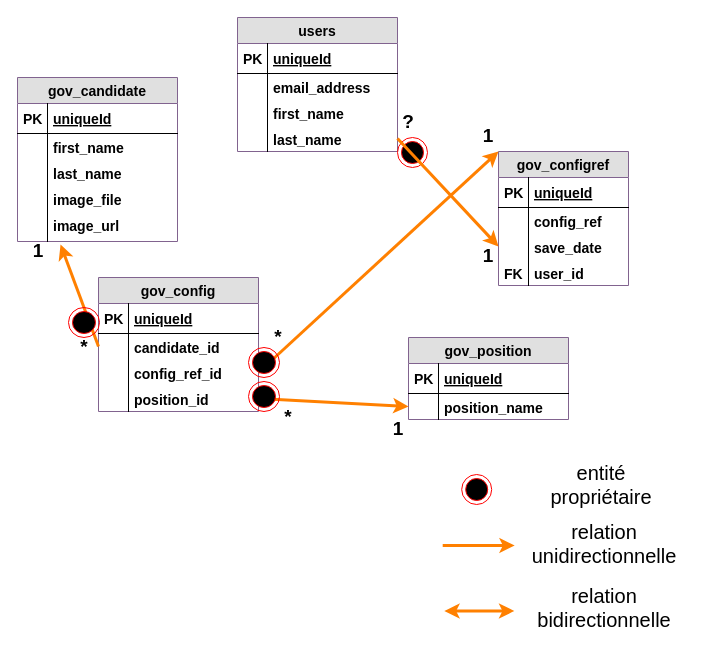
Above: docs/images/uml.drawio in primairepopulaire/unionGov (draw.io), before the change. Source tidied: cells renumbered, new cells numbered last; positions are measured from the earlier drawing's top-left corner, leaving out a move shared by most shapes. Both pictures are drawn from the tidied source at 100%, with x=0, y=0 at pixel (17, 17).
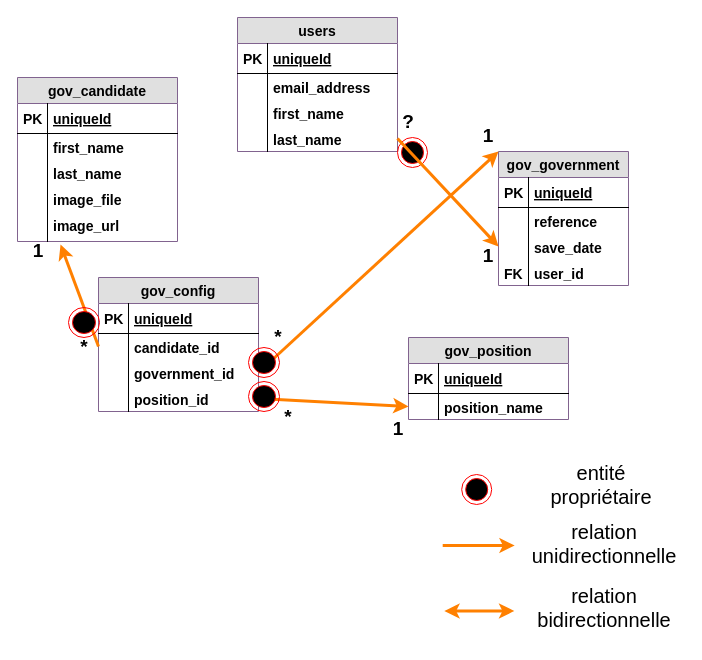
The same page after the edit.

Commit message (it also covers changes not shown here):
Update model structure : ConfigRef replaced by Government to avoid confusion bcause config ref is used twice. An unique slug is added to a position

Unchanged cells that the change refers to:
```xml
<mxCell id="33" value="gov_config" style="swimlane;fontStyle=1;horizontal=1;startSize=26;fillColor=#e0e0e0;swimlaneFillColor=#ffffff;align=center;fontSize=14;strokeColor=#81638F;" parent="1" vertex="1">
  <mxGeometry x="81" y="260" width="160" height="134" as="geometry" />
</mxCell>
```

The edit, as a diff of the source:
```diff
@@
-    <mxCell id="38" value="config_ref_id" style="shape=partialRectangle;top=0;left=0;right=0;bottom=0;align=left;verticalAlign=top;fillColor=none;spacingLeft=34;spacingRight=4;overflow=hidden;points=[[0,0.5],[1,0.5]];portConstraint=eastwest;fontSize=14;fontStyle=1;" parent="33" vertex="1">
+    <mxCell id="38" value="government_id" style="shape=partialRectangle;top=0;left=0;right=0;bottom=0;align=left;verticalAlign=top;fillColor=none;spacingLeft=34;spacingRight=4;overflow=hidden;points=[[0,0.5],[1,0.5]];portConstraint=eastwest;fontSize=14;fontStyle=1;" parent="33" vertex="1">
       <mxGeometry y="82" width="160" height="26" as="geometry" />
     </mxCell>
@@
-    <mxCell id="42" value="gov_configref" style="swimlane;fontStyle=1;horizontal=1;startSize=26;fillColor=#e0e0e0;swimlaneFillColor=#ffffff;align=center;fontSize=14;strokeColor=#81638F;" parent="1" vertex="1">
+    <mxCell id="42" value="gov_government" style="swimlane;fontStyle=1;horizontal=1;startSize=26;fillColor=#e0e0e0;swimlaneFillColor=#ffffff;align=center;fontSize=14;strokeColor=#81638F;" parent="1" vertex="1">
       <mxGeometry x="481" y="134" width="130" height="134" as="geometry" />
     </mxCell>
@@
-    <mxCell id="45" value="config_ref" style="shape=partialRectangle;top=0;left=0;right=0;bottom=0;align=left;verticalAlign=top;fillColor=none;spacingLeft=34;spacingRight=4;overflow=hidden;fontSize=14;fontStyle=1;" parent="42" vertex="1">
+    <mxCell id="45" value="reference" style="shape=partialRectangle;top=0;left=0;right=0;bottom=0;align=left;verticalAlign=top;fillColor=none;spacingLeft=34;spacingRight=4;overflow=hidden;fontSize=14;fontStyle=1;" parent="42" vertex="1">
       <mxGeometry y="56" width="130" height="26" as="geometry" />
     </mxCell>
```
